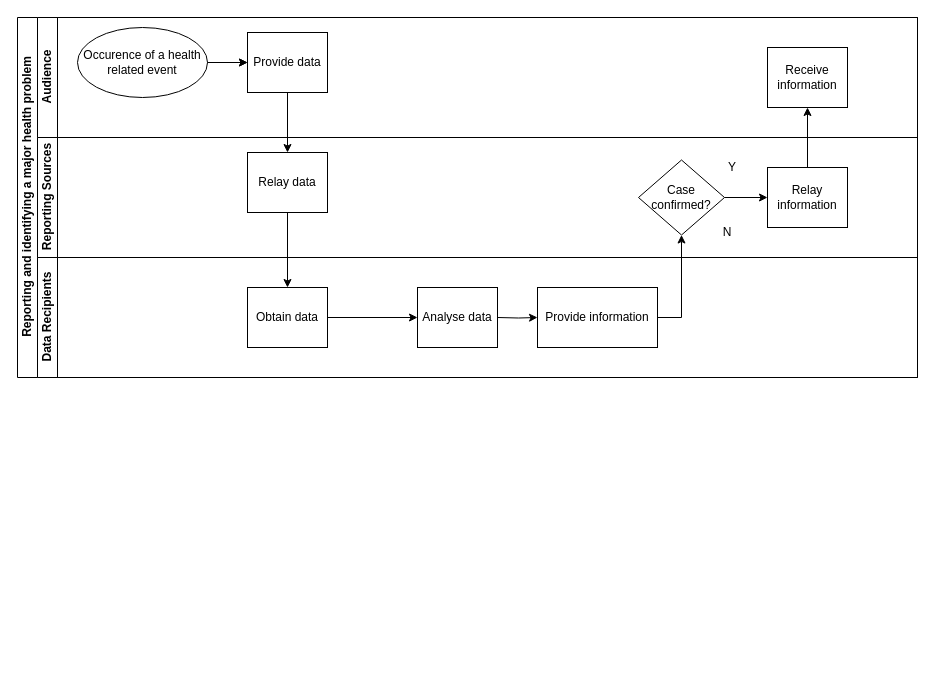
shamarnelson/COMP214O-Project keeps this draw.io diagram as process Diagram.drawio. Above is the earlier version. Source tidied: cells renumbered, new cells numbered last; positions are measured from the earlier drawing's top-left corner, leaving out a move shared by most shapes. Both pictures are drawn from the tidied source at 100%, with x=0, y=0 at pixel (17, 17).
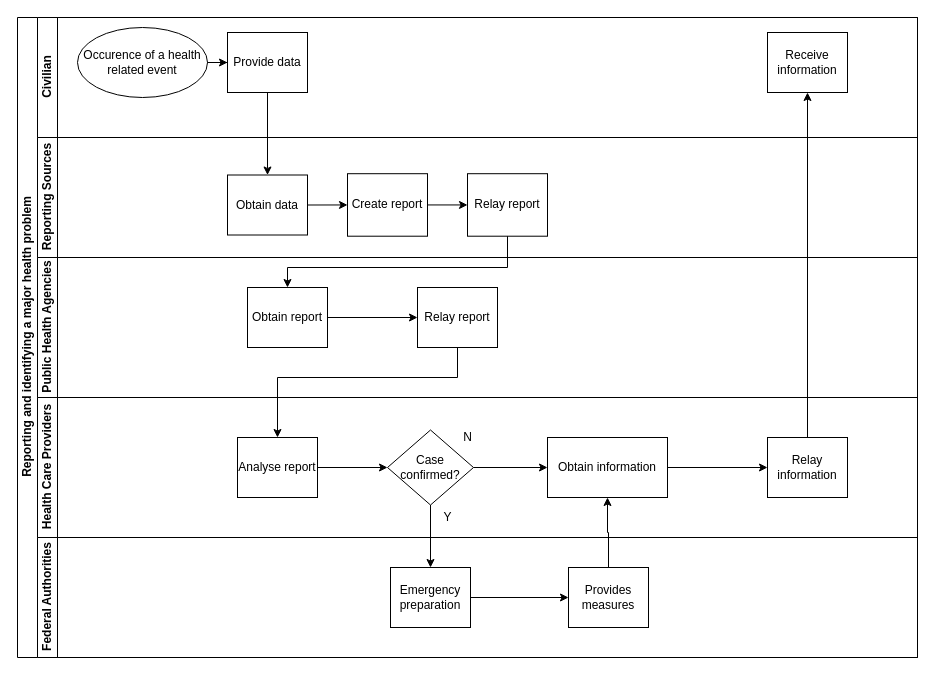
The same diagram, later.

The change refers to these unchanged cells:
```xml
<mxCell id="9" value="Reporting Sources" style="swimlane;html=1;startSize=20;horizontal=0;" parent="2" vertex="1">
  <mxGeometry x="20" y="120" width="880" height="120" as="geometry" />
</mxCell>
```

Diff of the diagram source:
```diff
@@
     <mxCell id="2" value="Reporting and identifying a major health problem" style="swimlane;html=1;horizontal=0;startSize=20;" parent="1" vertex="1">
-      <mxGeometry width="900" height="360" as="geometry" />
+      <mxGeometry width="900" height="640" as="geometry" />
     </mxCell>
-    <mxCell id="3" value="Audience" style="swimlane;html=1;startSize=20;horizontal=0;" parent="2" vertex="1">
+    <mxCell id="3" value="Civilian" style="swimlane;html=1;startSize=20;horizontal=0;" parent="2" vertex="1">
       <mxGeometry x="20" width="880" height="120" as="geometry" />
     </mxCell>
@@
     <mxCell id="6" value="Receive information" style="rounded=0;whiteSpace=wrap;html=1;fontFamily=Helvetica;fontSize=12;fontColor=#000000;align=center;" parent="3" vertex="1">
-      <mxGeometry x="730" y="30" width="80" height="60" as="geometry" />
+      <mxGeometry x="730" y="15" width="80" height="60" as="geometry" />
     </mxCell>
@@
     <mxCell id="8" value="Provide data" style="rounded=0;whiteSpace=wrap;html=1;fontFamily=Helvetica;fontSize=12;fontColor=#000000;align=center;" parent="3" vertex="1">
-      <mxGeometry x="210" y="15" width="80" height="60" as="geometry" />
+      <mxGeometry x="190" y="15" width="80" height="60" as="geometry" />
     </mxCell>
@@
-    <mxCell id="10" value="Case confirmed?" style="rhombus;whiteSpace=wrap;html=1;fontFamily=Helvetica;fontSize=12;fontColor=#000000;align=center;" parent="9" vertex="1">
-      <mxGeometry x="601" y="22.5" width="86" height="75" as="geometry" />
-    </mxCell>
-    <mxCell id="11" value="Y" style="text;html=1;strokeColor=none;fillColor=none;align=center;verticalAlign=middle;whiteSpace=wrap;rounded=0;" parent="9" vertex="1">
-      <mxGeometry x="680" y="15" width="30" height="30" as="geometry" />
-    </mxCell>
-    <mxCell id="12" value="N" style="text;html=1;strokeColor=none;fillColor=none;align=center;verticalAlign=middle;whiteSpace=wrap;rounded=0;" parent="9" vertex="1">
-      <mxGeometry x="670" y="80" width="40" height="30" as="geometry" />
-    </mxCell>
-    <mxCell id="13" value="Relay data" style="rounded=0;whiteSpace=wrap;html=1;fontFamily=Helvetica;fontSize=12;fontColor=#000000;align=center;" parent="9" vertex="1">
-      <mxGeometry x="210" y="15" width="80" height="60" as="geometry" />
+    <mxCell id="13" value="Obtain data" style="rounded=0;whiteSpace=wrap;html=1;fontFamily=Helvetica;fontSize=12;fontColor=#000000;align=center;" parent="9" vertex="1">
+      <mxGeometry x="190" y="37.5" width="80" height="60" as="geometry" />
     </mxCell>
-    <mxCell id="14" value="Relay information" style="rounded=0;whiteSpace=wrap;html=1;fontFamily=Helvetica;fontSize=12;fontColor=#000000;align=center;" parent="9" vertex="1">
-      <mxGeometry x="730" y="30" width="80" height="60" as="geometry" />
-    </mxCell>
+    <mxCell id="26" value="Create report" style="rounded=0;whiteSpace=wrap;html=1;fontFamily=Helvetica;fontSize=12;fontColor=#000000;align=center;" parent="9" vertex="1">
+      <mxGeometry x="310" y="36.2" width="80" height="62.5" as="geometry" />
+    </mxCell>
+    <mxCell id="27" value="Relay report" style="rounded=0;whiteSpace=wrap;html=1;fontFamily=Helvetica;fontSize=12;fontColor=#000000;align=center;" parent="9" vertex="1">
+      <mxGeometry x="430" y="36.2" width="80" height="62.5" as="geometry" />
+    </mxCell>
+    <mxCell id="22" style="edgeStyle=orthogonalEdgeStyle;rounded=0;jettySize=auto;html=1;endArrow=classic;endFill=1;exitX=1;exitY=0.5;exitDx=0;exitDy=0;entryX=0;entryY=0.5;entryDx=0;entryDy=0;" parent="9" edge="1" source="13" target="26">
+      <mxGeometry relative="1" as="geometry" />
+    </mxCell>
+    <mxCell id="28" style="edgeStyle=orthogonalEdgeStyle;rounded=0;jettySize=auto;html=1;endArrow=classic;endFill=1;exitX=1;exitY=0.5;exitDx=0;exitDy=0;entryX=0;entryY=0.5;entryDx=0;entryDy=0;" parent="9" edge="1" source="26" target="27">
+      <mxGeometry relative="1" as="geometry" />
+    </mxCell>
-    <mxCell id="15" value="Data Recipients" style="swimlane;html=1;startSize=20;horizontal=0;" parent="2" vertex="1">
-      <mxGeometry x="20" y="240" width="880" height="120" as="geometry" />
+    <mxCell id="15" value="Public Health Agencies" style="swimlane;html=1;startSize=20;horizontal=0;" parent="2" vertex="1">
+      <mxGeometry x="20" y="240" width="880" height="140" as="geometry" />
     </mxCell>
-    <mxCell id="16" value="Provide information" style="rounded=0;whiteSpace=wrap;html=1;" parent="15" vertex="1">
-      <mxGeometry x="500" y="30" width="120" height="60" as="geometry" />
-    </mxCell>
-    <mxCell id="17" value="Obtain data" style="rounded=0;whiteSpace=wrap;html=1;fontFamily=Helvetica;fontSize=12;fontColor=#000000;align=center;" parent="15" vertex="1">
+    <mxCell id="17" value="Obtain report" style="rounded=0;whiteSpace=wrap;html=1;fontFamily=Helvetica;fontSize=12;fontColor=#000000;align=center;" parent="15" vertex="1">
       <mxGeometry x="210" y="30" width="80" height="60" as="geometry" />
     </mxCell>
@@
-    <mxCell id="19" value="Analyse data" style="rounded=0;whiteSpace=wrap;html=1;fontFamily=Helvetica;fontSize=12;fontColor=#000000;align=center;" parent="15" vertex="1">
+    <mxCell id="19" value="Relay report" style="rounded=0;whiteSpace=wrap;html=1;fontFamily=Helvetica;fontSize=12;fontColor=#000000;align=center;" parent="15" vertex="1">
       <mxGeometry x="380" y="30" width="80" height="60" as="geometry" />
     </mxCell>
+    <mxCell id="29" value="Health Care Providers" style="swimlane;html=1;startSize=20;horizontal=0;" parent="2" vertex="1">
+      <mxGeometry x="20" y="380" width="880" height="140" as="geometry" />
+    </mxCell>
+    <mxCell id="30" value="Analyse report" style="rounded=0;whiteSpace=wrap;html=1;fontFamily=Helvetica;fontSize=12;fontColor=#000000;align=center;" parent="29" vertex="1">
+      <mxGeometry x="200" y="40" width="80" height="60" as="geometry" />
+    </mxCell>
+    <mxCell id="10" value="Case confirmed?" style="rhombus;whiteSpace=wrap;html=1;fontFamily=Helvetica;fontSize=12;fontColor=#000000;align=center;" parent="29" vertex="1">
+      <mxGeometry x="350" y="32.5" width="86" height="75" as="geometry" />
+    </mxCell>
+    <mxCell id="31" style="edgeStyle=orthogonalEdgeStyle;rounded=0;jettySize=auto;html=1;endArrow=classic;endFill=1;exitX=1;exitY=0.5;exitDx=0;exitDy=0;entryX=0;entryY=0.5;entryDx=0;entryDy=0;" parent="29" edge="1" source="30" target="10">
+      <mxGeometry relative="1" as="geometry" />
+    </mxCell>
+    <mxCell id="32" value="Obtain information" style="rounded=0;whiteSpace=wrap;html=1;" parent="29" vertex="1">
+      <mxGeometry x="510" y="40" width="120" height="60" as="geometry" />
+    </mxCell>
+    <mxCell id="25" style="edgeStyle=orthogonalEdgeStyle;rounded=0;jettySize=auto;html=1;endArrow=classic;endFill=1;entryX=0;entryY=0.5;entryDx=0;entryDy=0;exitX=1;exitY=0.5;exitDx=0;exitDy=0;" parent="29" edge="1" source="10" target="32">
+      <mxGeometry relative="1" as="geometry" />
+    </mxCell>
+    <mxCell id="14" value="Relay information" style="rounded=0;whiteSpace=wrap;html=1;fontFamily=Helvetica;fontSize=12;fontColor=#000000;align=center;" parent="29" vertex="1">
+      <mxGeometry x="730" y="40" width="80" height="60" as="geometry" />
+    </mxCell>
+    <mxCell id="33" style="edgeStyle=orthogonalEdgeStyle;rounded=0;jettySize=auto;html=1;endArrow=classic;endFill=1;entryX=0;entryY=0.5;entryDx=0;entryDy=0;exitX=1;exitY=0.5;exitDx=0;exitDy=0;" parent="29" edge="1" source="32" target="14">
+      <mxGeometry relative="1" as="geometry" />
+    </mxCell>
+    <mxCell id="34" value="Federal Authorities" style="swimlane;html=1;startSize=20;horizontal=0;" parent="2" vertex="1">
+      <mxGeometry x="20" y="520" width="880" height="120" as="geometry" />
+    </mxCell>
+    <mxCell id="35" value="Emergency preparation" style="rounded=0;whiteSpace=wrap;html=1;fontFamily=Helvetica;fontSize=12;fontColor=#000000;align=center;" parent="34" vertex="1">
+      <mxGeometry x="353" y="30" width="80" height="60" as="geometry" />
+    </mxCell>
+    <mxCell id="36" value="Provides&lt;br&gt;measures" style="rounded=0;whiteSpace=wrap;html=1;fontFamily=Helvetica;fontSize=12;fontColor=#000000;align=center;" parent="34" vertex="1">
+      <mxGeometry x="531" y="30" width="80" height="60" as="geometry" />
+    </mxCell>
+    <mxCell id="37" style="edgeStyle=orthogonalEdgeStyle;rounded=0;jettySize=auto;html=1;endArrow=classic;endFill=1;entryX=0;entryY=0.5;entryDx=0;entryDy=0;exitX=1;exitY=0.5;exitDx=0;exitDy=0;" parent="34" edge="1" source="35" target="36">
+      <mxGeometry relative="1" as="geometry" />
+    </mxCell>
@@
-    <mxCell id="21" style="edgeStyle=orthogonalEdgeStyle;rounded=0;jettySize=auto;html=1;endArrow=classic;endFill=1;exitX=1;exitY=0.5;exitDx=0;exitDy=0;entryX=0.5;entryY=1;entryDx=0;entryDy=0;" parent="2" edge="1" source="16" target="10">
-      <mxGeometry relative="1" as="geometry" />
-    </mxCell>
-    <mxCell id="22" style="edgeStyle=orthogonalEdgeStyle;rounded=0;jettySize=auto;html=1;endArrow=classic;endFill=1;exitX=0.5;exitY=1;exitDx=0;exitDy=0;entryX=0.5;entryY=0;entryDx=0;entryDy=0;" parent="2" edge="1" source="13" target="17">
-      <mxGeometry relative="1" as="geometry" />
-    </mxCell>
@@
-    <mxCell id="24" style="edgeStyle=orthogonalEdgeStyle;rounded=0;jettySize=auto;html=1;endArrow=classic;endFill=1;exitX=1;exitY=0.5;exitDx=0;exitDy=0;" parent="1" edge="1" source="10">
-      <mxGeometry relative="1" as="geometry">
-        <mxPoint x="750" y="180" as="targetPoint" />
-      </mxGeometry>
-    </mxCell>
-    <mxCell id="25" style="edgeStyle=orthogonalEdgeStyle;rounded=0;jettySize=auto;html=1;endArrow=classic;endFill=1;entryX=0;entryY=0.5;entryDx=0;entryDy=0;" parent="1" edge="1" target="16">
-      <mxGeometry relative="1" as="geometry">
-        <mxPoint x="480" y="300" as="sourcePoint" />
-      </mxGeometry>
-    </mxCell>
+    <mxCell id="38" style="edgeStyle=orthogonalEdgeStyle;rounded=0;jettySize=auto;html=1;endArrow=classic;endFill=1;exitX=0.5;exitY=1;exitDx=0;exitDy=0;entryX=0.5;entryY=0;entryDx=0;entryDy=0;" parent="2" edge="1" source="27" target="17">
+      <mxGeometry relative="1" as="geometry">
+        <Array as="points">
+          <mxPoint x="490" y="250" />
+          <mxPoint x="270" y="250" />
+        </Array>
+      </mxGeometry>
+    </mxCell>
+    <mxCell id="39" style="edgeStyle=orthogonalEdgeStyle;rounded=0;jettySize=auto;html=1;endArrow=classic;endFill=1;exitX=0.5;exitY=1;exitDx=0;exitDy=0;entryX=0.5;entryY=0;entryDx=0;entryDy=0;" parent="2" edge="1" source="19" target="30">
+      <mxGeometry relative="1" as="geometry">
+        <Array as="points">
+          <mxPoint x="440" y="360" />
+          <mxPoint x="260" y="360" />
+        </Array>
+      </mxGeometry>
+    </mxCell>
+    <mxCell id="40" style="edgeStyle=orthogonalEdgeStyle;rounded=0;jettySize=auto;html=1;endArrow=classic;endFill=1;exitX=0.5;exitY=1;exitDx=0;exitDy=0;entryX=0.5;entryY=0;entryDx=0;entryDy=0;" parent="2" edge="1" source="10" target="35">
+      <mxGeometry relative="1" as="geometry" />
+    </mxCell>
+    <mxCell id="41" style="edgeStyle=orthogonalEdgeStyle;rounded=0;jettySize=auto;html=1;endArrow=classic;endFill=1;entryX=0.5;entryY=1;entryDx=0;entryDy=0;exitX=0.5;exitY=0;exitDx=0;exitDy=0;" parent="2" edge="1" source="36" target="32">
+      <mxGeometry relative="1" as="geometry" />
+    </mxCell>
+    <mxCell id="11" value="Y" style="text;html=1;align=center;verticalAlign=middle;strokeColor=none;fillColor=none;" parent="1" vertex="1">
+      <mxGeometry x="420" y="490" width="20" height="20" as="geometry" />
+    </mxCell>
+    <mxCell id="12" value="N" style="text;html=1;align=center;verticalAlign=middle;strokeColor=none;fillColor=none;" parent="1" vertex="1">
+      <mxGeometry x="440" y="410" width="20" height="20" as="geometry" />
+    </mxCell>
```
